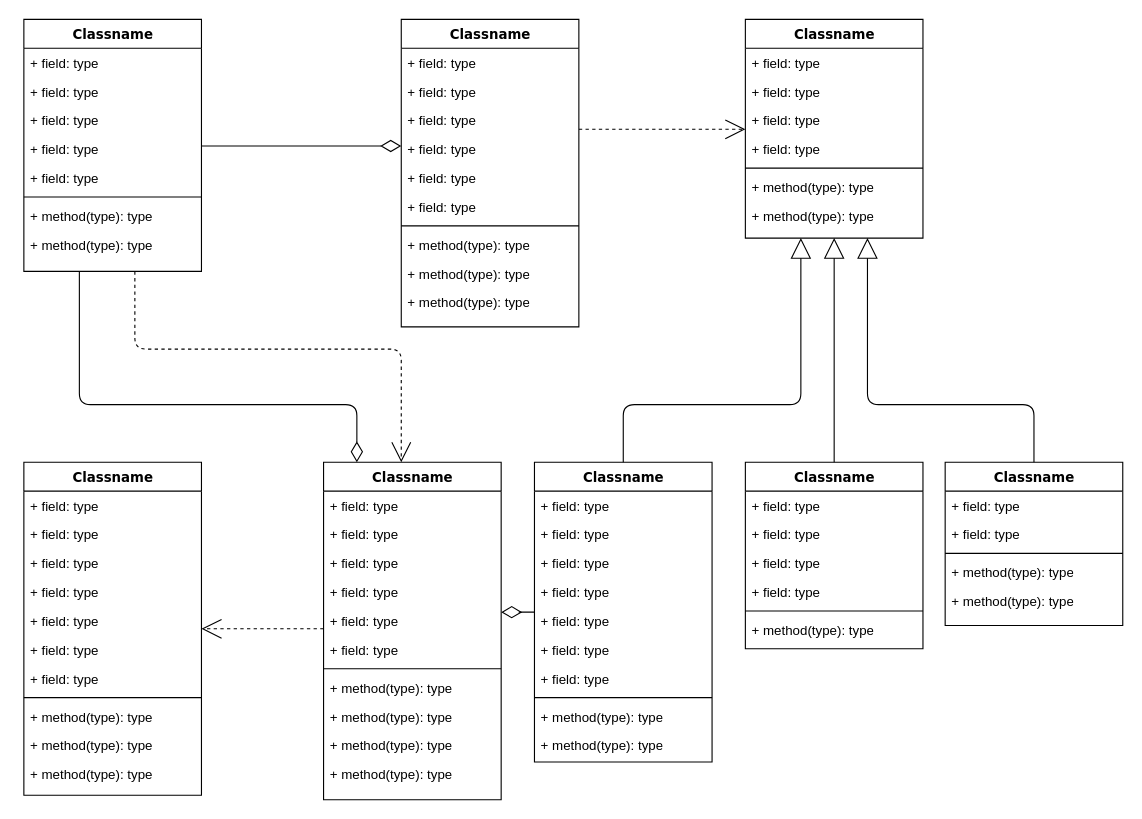
Above: class.drawio in Aonahara-Resistance/AonaharaDownfall (draw.io), before the change. Source tidied: cells renumbered, new cells numbered last; positions are measured from the earlier drawing's top-left corner, leaving out a move shared by most shapes. Both pictures are drawn from the tidied source at 111%, with x=0, y=0 at pixel (23, 19).
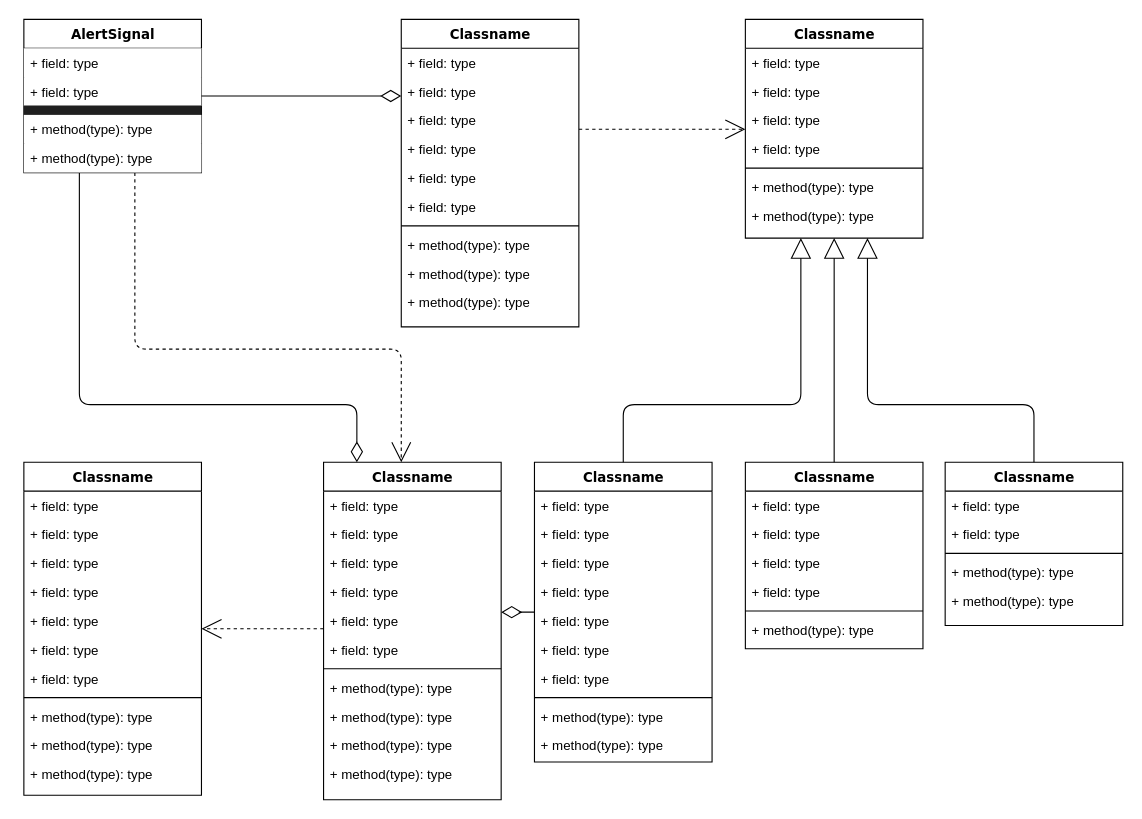
After the change.

Change to the diagram source:
```diff
@@
-    <mxCell id="4" value="Classname" style="swimlane;html=1;fontStyle=1;align=center;verticalAlign=top;horizontal=1;startSize=26;swimlaneFillColor=#ffffff;rounded=0;shadow=0;comic=0;labelBackgroundColor=none;strokeWidth=1;fillColor=none;fontFamily=Verdana;fontSize=12;" parent="1" vertex="1">
-      <mxGeometry width="160" height="227" as="geometry" />
+    <mxCell id="4" value="AlertSignal" style="swimlane;html=1;fontStyle=1;align=center;verticalAlign=top;horizontal=1;startSize=26;swimlaneFillColor=#ffffff;rounded=0;shadow=0;comic=0;labelBackgroundColor=none;strokeWidth=1;fillColor=default;fontFamily=Verdana;fontSize=12;" parent="1" vertex="1">
+      <mxGeometry width="160" height="138" as="geometry" />
     </mxCell>
-    <mxCell id="5" value="+ field: type" style="text;html=1;strokeColor=none;fillColor=none;align=left;verticalAlign=top;spacingLeft=4;spacingRight=4;whiteSpace=wrap;overflow=hidden;" parent="4" vertex="1">
+    <mxCell id="5" value="+ field: type" style="text;html=1;strokeColor=none;fillColor=default;align=left;verticalAlign=top;spacingLeft=4;spacingRight=4;whiteSpace=wrap;overflow=hidden;" parent="4" vertex="1">
       <mxGeometry y="26" width="160" height="26" as="geometry" />
     </mxCell>
-    <mxCell id="6" value="+ field: type" style="text;html=1;strokeColor=none;fillColor=none;align=left;verticalAlign=top;spacingLeft=4;spacingRight=4;whiteSpace=wrap;overflow=hidden;" parent="4" vertex="1">
-      <mxGeometry y="52" width="160" height="26" as="geometry" />
-    </mxCell>
-    <mxCell id="7" value="+ field: type" style="text;html=1;strokeColor=none;fillColor=none;align=left;verticalAlign=top;spacingLeft=4;spacingRight=4;whiteSpace=wrap;overflow=hidden;" parent="4" vertex="1">
-      <mxGeometry y="78" width="160" height="26" as="geometry" />
-    </mxCell>
-    <mxCell id="8" value="+ field: type" style="text;html=1;strokeColor=none;fillColor=none;align=left;verticalAlign=top;spacingLeft=4;spacingRight=4;whiteSpace=wrap;overflow=hidden;" parent="4" vertex="1">
-      <mxGeometry y="104" width="160" height="26" as="geometry" />
-    </mxCell>
-    <mxCell id="9" value="+ field: type" style="text;html=1;strokeColor=none;fillColor=none;align=left;verticalAlign=top;spacingLeft=4;spacingRight=4;whiteSpace=wrap;overflow=hidden;" parent="4" vertex="1">
-      <mxGeometry y="130" width="160" height="26" as="geometry" />
+    <mxCell id="9" value="+ field: type" style="text;html=1;strokeColor=none;fillColor=default;align=left;verticalAlign=top;spacingLeft=4;spacingRight=4;whiteSpace=wrap;overflow=hidden;" parent="4" vertex="1">
+      <mxGeometry y="52" width="160" height="26" as="geometry" />
     </mxCell>
-    <mxCell id="10" style="line;html=1;strokeWidth=1;fillColor=none;align=left;verticalAlign=middle;spacingTop=-1;spacingLeft=3;spacingRight=3;labelPosition=right;" parent="4" vertex="1">
-      <mxGeometry y="156" width="160" height="8" as="geometry" />
+    <mxCell id="10" style="line;html=1;strokeWidth=9;align=left;verticalAlign=middle;spacingTop=-1;spacingLeft=3;spacingRight=3;labelPosition=right;strokeColor=#1F1F1F;" parent="4" vertex="1">
+      <mxGeometry y="78" width="160" height="8" as="geometry" />
     </mxCell>
-    <mxCell id="11" value="+ method(type): type" style="text;html=1;strokeColor=none;fillColor=none;align=left;verticalAlign=top;spacingLeft=4;spacingRight=4;whiteSpace=wrap;overflow=hidden;" parent="4" vertex="1">
-      <mxGeometry y="164" width="160" height="26" as="geometry" />
+    <mxCell id="11" value="+ method(type): type" style="text;html=1;strokeColor=none;fillColor=default;align=left;verticalAlign=top;spacingLeft=4;spacingRight=4;whiteSpace=wrap;overflow=hidden;" parent="4" vertex="1">
+      <mxGeometry y="86" width="160" height="26" as="geometry" />
     </mxCell>
-    <mxCell id="12" value="+ method(type): type" style="text;html=1;strokeColor=none;fillColor=none;align=left;verticalAlign=top;spacingLeft=4;spacingRight=4;whiteSpace=wrap;overflow=hidden;" parent="4" vertex="1">
-      <mxGeometry y="190" width="160" height="26" as="geometry" />
+    <mxCell id="12" value="+ method(type): type" style="text;html=1;strokeColor=none;fillColor=default;align=left;verticalAlign=top;spacingLeft=4;spacingRight=4;whiteSpace=wrap;overflow=hidden;" parent="4" vertex="1">
+      <mxGeometry y="112" width="160" height="26" as="geometry" />
     </mxCell>
```
